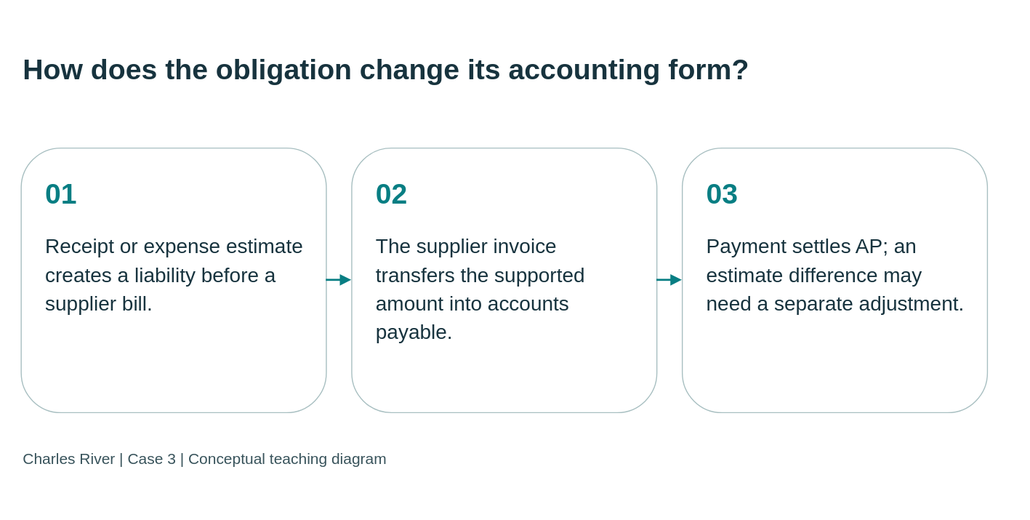
This is static/diagrams/cases/case03-transitions.svg from mmcodesso/CharlesRiver_Database, a draw.io export, as it was before one commit. Source tidied: cells renumbered, new cells last; positions are measured from the earlier drawing's top-left corner, leaving out a move shared by most shapes.
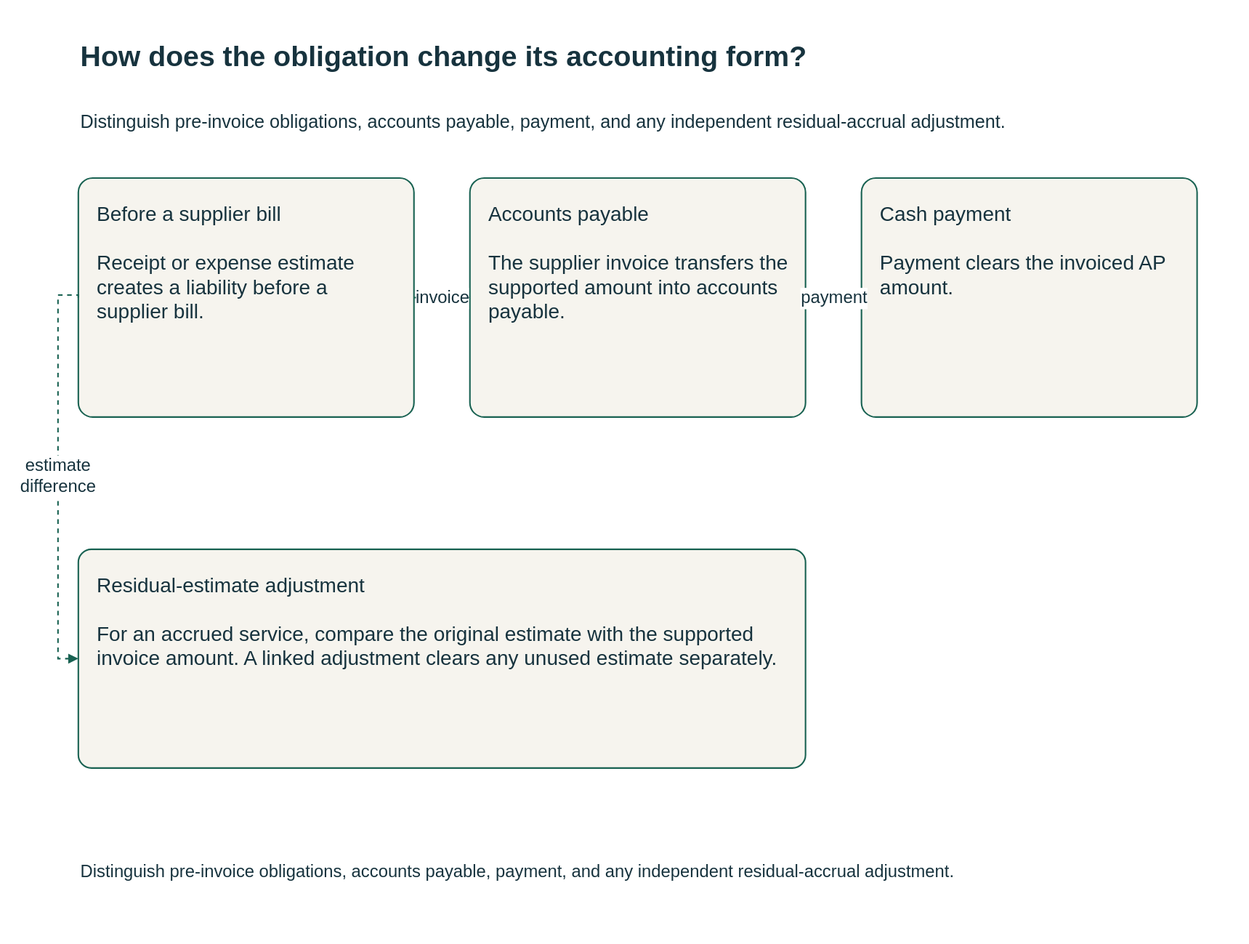
The same diagram one commit later.

Change to the diagram source:
```diff
@@ -1,27 +1,41 @@
-<mxGraphModel background="#f5f5ee">
+<mxGraphModel background="#FFFFFF">
   <root>
     <mxCell id="0" />
     <mxCell id="1" parent="0" />
-    <mxCell id="2" value="How does the obligation change its accounting form?" style="text;html=0;strokeColor=none;fillColor=none;align=left;verticalAlign=middle;whiteSpace=wrap;fontSize=28;fontStyle=1;fontColor=#17333e;fontFamily=Arial;" parent="1" vertex="1">
-      <mxGeometry width="950" height="95" as="geometry" />
+    <mxCell id="2" value="How does the obligation change its accounting form?" style="html=0;fontFamily=Arial;fontSize=20;fontColor=#17333e;strokeColor=#196252;strokeWidth=1.5;whiteSpace=wrap;text;strokeColor=none;fillColor=none;align=left;verticalAlign=middle;fontSize=28;fontStyle=1;" parent="1" vertex="1">
+      <mxGeometry y="-10" width="1110" height="70" as="geometry" />
     </mxCell>
+    <mxCell id="9" value="Distinguish pre-invoice obligations, accounts payable, payment, and any independent residual-accrual adjustment." style="html=0;fontFamily=Arial;fontSize=20;fontColor=#17333e;strokeColor=#196252;strokeWidth=1.5;whiteSpace=wrap;text;strokeColor=none;fillColor=none;align=left;verticalAlign=middle;fontSize=18;fontStyle=0;" parent="1" vertex="1">
+      <mxGeometry y="62" width="1110" height="55" as="geometry" />
+    </mxCell>
-    <mxCell id="3" value="&lt;div style=&quot;font-size:28px;color:#087e83;font-weight:bold;margin-bottom:20px&quot;&gt;01&lt;/div&gt;&lt;div style=&quot;font-size:20px;line-height:1.4&quot;&gt;Receipt or expense estimate creates a liability before a supplier bill.&lt;/div&gt;" style="rounded=1;whiteSpace=wrap;html=1;fillColor=#ffffff;strokeColor=#a8bfc1;fontColor=#17333e;align=left;verticalAlign=top;spacing=24;fontFamily=Arial;fontSize=20;" parent="1" vertex="1">
-      <mxGeometry y="125" width="300" height="260" as="geometry" />
+    <mxCell id="3" value="Before a supplier bill&#10;&#10;Receipt or expense estimate creates a liability before a supplier bill." style="html=0;fontFamily=Arial;fontSize=20;fontColor=#17333e;strokeColor=#196252;strokeWidth=1.5;whiteSpace=wrap;rounded=1;arcSize=6;fillColor=#f6f4ee;align=left;verticalAlign=top;spacing=18;" parent="1" vertex="1">
+      <mxGeometry y="145" width="330" height="235" as="geometry" />
     </mxCell>
-    <mxCell id="4" value="&lt;div style=&quot;font-size:28px;color:#087e83;font-weight:bold;margin-bottom:20px&quot;&gt;02&lt;/div&gt;&lt;div style=&quot;font-size:20px;line-height:1.4&quot;&gt;The supplier invoice transfers the supported amount into accounts payable.&lt;/div&gt;" style="rounded=1;whiteSpace=wrap;html=1;fillColor=#ffffff;strokeColor=#a8bfc1;fontColor=#17333e;align=left;verticalAlign=top;spacing=24;fontFamily=Arial;fontSize=20;" parent="1" vertex="1">
-      <mxGeometry x="325" y="125" width="300" height="260" as="geometry" />
+    <mxCell id="4" value="Accounts payable&#10;&#10;The supplier invoice transfers the supported amount into accounts payable." style="html=0;fontFamily=Arial;fontSize=20;fontColor=#17333e;strokeColor=#196252;strokeWidth=1.5;whiteSpace=wrap;rounded=1;arcSize=6;fillColor=#f6f4ee;align=left;verticalAlign=top;spacing=18;" parent="1" vertex="1">
+      <mxGeometry x="385" y="145" width="330" height="235" as="geometry" />
     </mxCell>
-    <mxCell id="5" value="&lt;div style=&quot;font-size:28px;color:#087e83;font-weight:bold;margin-bottom:20px&quot;&gt;03&lt;/div&gt;&lt;div style=&quot;font-size:20px;line-height:1.4&quot;&gt;Payment settles AP; an estimate difference may need a separate adjustment.&lt;/div&gt;" style="rounded=1;whiteSpace=wrap;html=1;fillColor=#ffffff;strokeColor=#a8bfc1;fontColor=#17333e;align=left;verticalAlign=top;spacing=24;fontFamily=Arial;fontSize=20;" parent="1" vertex="1">
-      <mxGeometry x="650" y="125" width="300" height="260" as="geometry" />
+    <mxCell id="5" value="Cash payment&#10;&#10;Payment clears the invoiced AP amount." style="html=0;fontFamily=Arial;fontSize=20;fontColor=#17333e;strokeColor=#196252;strokeWidth=1.5;whiteSpace=wrap;rounded=1;arcSize=6;fillColor=#f6f4ee;align=left;verticalAlign=top;spacing=18;" parent="1" vertex="1">
+      <mxGeometry x="770" y="145" width="330" height="235" as="geometry" />
     </mxCell>
+    <mxCell id="10" value="Residual-estimate adjustment&#10;&#10;For an accrued service, compare the original estimate with the supported invoice amount. A linked adjustment clears any unused estimate separately." style="html=0;fontFamily=Arial;fontSize=20;fontColor=#17333e;strokeColor=#196252;strokeWidth=1.5;whiteSpace=wrap;rounded=1;arcSize=6;fillColor=#f6f4ee;align=left;verticalAlign=top;spacing=18;" parent="1" vertex="1">
+      <mxGeometry y="510" width="715" height="215" as="geometry" />
+    </mxCell>
-    <mxCell id="6" style="edgeStyle=orthogonalEdgeStyle;rounded=0;html=1;endArrow=block;endFill=1;strokeColor=#087e83;strokeWidth=2;" parent="1" edge="1" source="3" target="4">
+    <mxCell id="6" value="invoice" style="html=0;fontFamily=Arial;fontSize=20;fontColor=#17333e;strokeColor=#196252;strokeWidth=1.5;whiteSpace=wrap;edgeStyle=orthogonalEdgeStyle;rounded=0;fillColor=none;fontSize=17;labelBackgroundColor=#FFFFFF;startArrow=none;endArrow=block;endFill=1;dashed=1;exitX=1;exitY=0.5;entryX=0;entryY=0.5;" parent="1" edge="1" source="3" target="4">
       <mxGeometry relative="1" as="geometry" />
     </mxCell>
-    <mxCell id="7" style="edgeStyle=orthogonalEdgeStyle;rounded=0;html=1;endArrow=block;endFill=1;strokeColor=#087e83;strokeWidth=2;" parent="1" edge="1" source="4" target="5">
+    <mxCell id="7" value="payment" style="html=0;fontFamily=Arial;fontSize=20;fontColor=#17333e;strokeColor=#196252;strokeWidth=1.5;whiteSpace=wrap;edgeStyle=orthogonalEdgeStyle;rounded=0;fillColor=none;fontSize=17;labelBackgroundColor=#FFFFFF;startArrow=none;endArrow=block;endFill=1;dashed=1;exitX=1;exitY=0.5;entryX=0;entryY=0.5;" parent="1" edge="1" source="4" target="5">
       <mxGeometry relative="1" as="geometry" />
     </mxCell>
+    <mxCell id="11" value="estimate difference" style="html=0;fontFamily=Arial;fontSize=20;fontColor=#17333e;strokeColor=#196252;strokeWidth=1.5;whiteSpace=wrap;edgeStyle=orthogonalEdgeStyle;rounded=0;fillColor=none;fontSize=17;labelBackgroundColor=#FFFFFF;startArrow=none;endArrow=block;endFill=1;dashed=1;exitX=0;exitY=0.5;entryX=0;entryY=0.5;" parent="1" edge="1" source="3" target="10">
+      <mxGeometry relative="1" as="geometry">
+        <Array as="points">
+          <mxPoint x="-20" y="260" />
+          <mxPoint x="-20" y="617" />
+        </Array>
+      </mxGeometry>
+    </mxCell>
-    <mxCell id="8" value="Charles River | Case 3 | Conceptual teaching diagram" style="text;html=0;strokeColor=none;fillColor=none;align=left;fontSize=15;fontColor=#38535b;fontFamily=Arial;" parent="1" vertex="1">
-      <mxGeometry y="415" width="950" height="35" as="geometry" />
+    <mxCell id="8" value="Distinguish pre-invoice obligations, accounts payable, payment, and any independent residual-accrual adjustment." style="html=0;fontFamily=Arial;fontSize=20;fontColor=#17333e;strokeColor=#196252;strokeWidth=1.5;whiteSpace=wrap;text;strokeColor=none;fillColor=none;align=left;verticalAlign=middle;fontSize=17;fontStyle=0;" parent="1" vertex="1">
+      <mxGeometry y="797" width="1110" height="60" as="geometry" />
     </mxCell>
   </root>
 </mxGraphModel>
```
